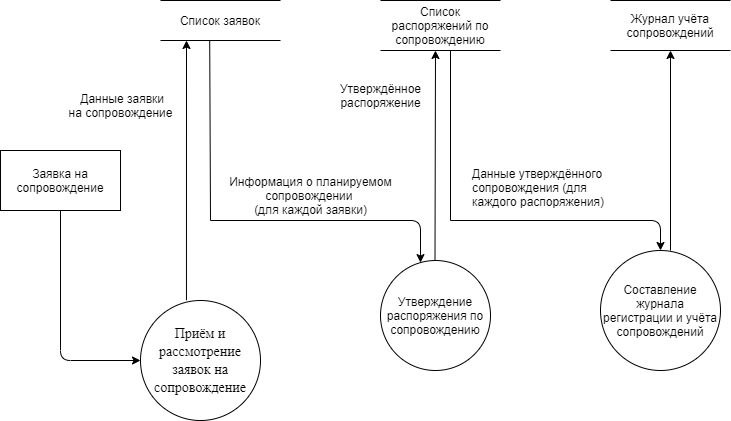
This is Диаграмма потоков данных.png from Anton80213/Project-diagrams, a draw.io export, as it was before one commit. Source tidied: cells renumbered, new cells last; positions are measured from the earlier drawing's top-left corner, leaving out a move shared by most shapes.
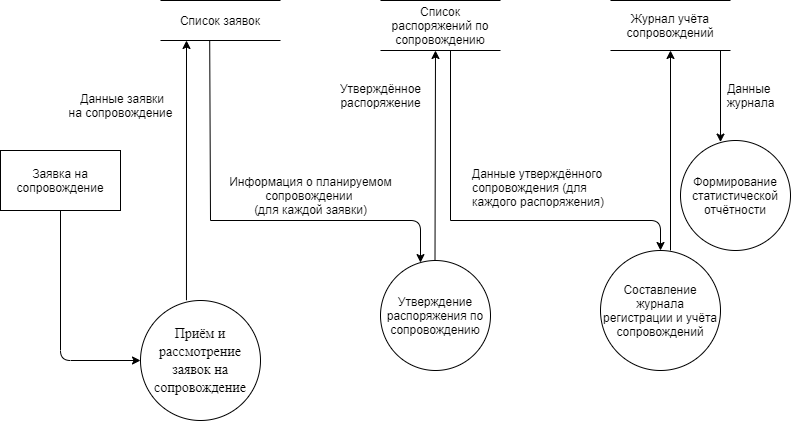
Later version of the same file.

Diff of the diagram source:
```diff
@@ -90,5 +90,17 @@
         <mxPoint x="210" y="220" as="targetPoint" />
       </mxGeometry>
     </mxCell>
+    <mxCell id="21" value="Формирование статистической отчётности" style="ellipse;whiteSpace=wrap;html=1;" parent="1" vertex="1">
+      <mxGeometry x="680" y="140" width="110" height="110" as="geometry" />
+    </mxCell>
+    <mxCell id="22" style="endArrow=classic;html=1;" parent="1" edge="1">
+      <mxGeometry relative="1" as="geometry">
+        <mxPoint x="720" y="50" as="sourcePoint" />
+        <mxPoint x="720" y="141.6" as="targetPoint" />
+      </mxGeometry>
+    </mxCell>
+    <mxCell id="23" value="Данные &lt;br&gt;журнала" style="text;html=1;align=center;verticalAlign=middle;strokeColor=none;" parent="1" vertex="1">
+      <mxGeometry x="720" y="80" width="60" height="30" as="geometry" />
+    </mxCell>
   </root>
 </mxGraphModel>
```
